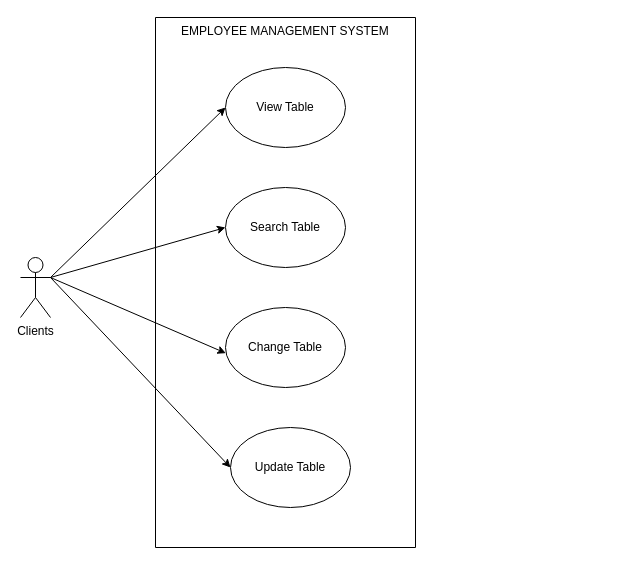
Earlier version of the draw.io diagram Diagram/UseCase.drawio (linnypham/CSC3350_project). Source tidied: cells renumbered, new cells numbered last; positions are measured from the earlier drawing's top-left corner, leaving out a move shared by most shapes. Both pictures are drawn from the tidied source at 100%, with x=0, y=0 at pixel (20, 17).
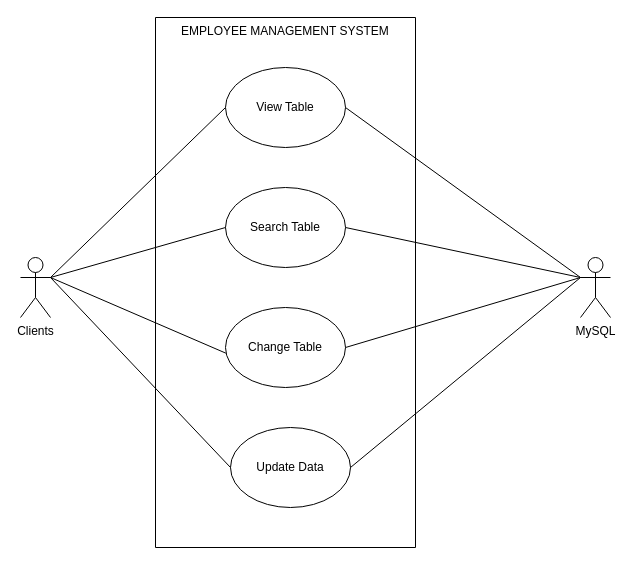
The same diagram, later.

Unchanged cells that the change refers to:
```xml
<mxCell id="2" value="Clients" style="shape=umlActor;verticalLabelPosition=bottom;verticalAlign=top;html=1;outlineConnect=0;" parent="1" vertex="1">
  <mxGeometry y="240" width="30" height="60" as="geometry" />
</mxCell>
<mxCell id="3" style="swimlane;startSize=0;" parent="1" vertex="1">
  <mxGeometry x="135" width="260" height="530" as="geometry" />
</mxCell>
<mxCell id="5" value="View Table" style="ellipse;whiteSpace=wrap;html=1;" parent="3" vertex="1">
  <mxGeometry x="70" y="50" width="120" height="80" as="geometry" />
</mxCell>
<mxCell id="6" value="Search Table" style="ellipse;whiteSpace=wrap;html=1;" parent="3" vertex="1">
  <mxGeometry x="70" y="170" width="120" height="80" as="geometry" />
</mxCell>
<mxCell id="7" value="Change Table" style="ellipse;whiteSpace=wrap;html=1;" parent="3" vertex="1">
  <mxGeometry x="70" y="290" width="120" height="80" as="geometry" />
</mxCell>
```

Diff of the diagram source:
```diff
@@
-    <mxCell id="8" value="Update Table" style="ellipse;whiteSpace=wrap;html=1;" parent="3" vertex="1">
+    <mxCell id="8" value="Update Data" style="ellipse;whiteSpace=wrap;html=1;" parent="3" vertex="1">
       <mxGeometry x="75" y="410" width="120" height="80" as="geometry" />
     </mxCell>
-    <mxCell id="9" style="endArrow=classic;html=1;rounded=0;exitX=1;exitY=0.3333333333333333;exitDx=0;exitDy=0;exitPerimeter=0;entryX=0;entryY=0.5;entryDx=0;entryDy=0;" parent="1" edge="1" source="2" target="5">
+    <mxCell id="9" style="endArrow=none;html=1;rounded=0;exitX=1;exitY=0.3333333333333333;exitDx=0;exitDy=0;exitPerimeter=0;entryX=0;entryY=0.5;entryDx=0;entryDy=0;endFill=0;" parent="1" edge="1" source="2" target="5">
       <mxGeometry relative="1" as="geometry" />
     </mxCell>
-    <mxCell id="10" style="endArrow=classic;html=1;rounded=0;entryX=0;entryY=0.5;entryDx=0;entryDy=0;" parent="1" edge="1" target="6">
+    <mxCell id="10" style="endArrow=none;html=1;rounded=0;entryX=0;entryY=0.5;entryDx=0;entryDy=0;endFill=0;" parent="1" edge="1" target="6">
       <mxGeometry relative="1" as="geometry">
         <mxPoint x="30" y="260" as="sourcePoint" />
       </mxGeometry>
     </mxCell>
-    <mxCell id="11" style="endArrow=classic;html=1;rounded=0;entryX=0.003;entryY=0.571;entryDx=0;entryDy=0;exitX=1;exitY=0.3333333333333333;exitDx=0;exitDy=0;exitPerimeter=0;entryPerimeter=0;" parent="1" edge="1" source="2" target="7">
+    <mxCell id="11" style="endArrow=none;html=1;rounded=0;entryX=0.003;entryY=0.571;entryDx=0;entryDy=0;exitX=1;exitY=0.3333333333333333;exitDx=0;exitDy=0;exitPerimeter=0;entryPerimeter=0;endFill=0;" parent="1" edge="1" source="2" target="7">
       <mxGeometry relative="1" as="geometry" />
     </mxCell>
-    <mxCell id="12" style="endArrow=classic;html=1;rounded=0;entryX=0;entryY=0.5;entryDx=0;entryDy=0;" parent="1" edge="1" target="8">
+    <mxCell id="12" style="endArrow=none;html=1;rounded=0;entryX=0;entryY=0.5;entryDx=0;entryDy=0;endFill=0;" parent="1" edge="1" target="8">
       <mxGeometry relative="1" as="geometry">
         <mxPoint x="30" y="260" as="sourcePoint" />
       </mxGeometry>
     </mxCell>
+    <mxCell id="13" value="MySQL" style="shape=umlActor;verticalLabelPosition=bottom;verticalAlign=top;html=1;outlineConnect=0;" parent="1" vertex="1">
+      <mxGeometry x="560" y="240" width="30" height="60" as="geometry" />
+    </mxCell>
+    <mxCell id="14" style="endArrow=none;html=1;rounded=0;exitX=0;exitY=0.3333333333333333;exitDx=0;exitDy=0;exitPerimeter=0;entryX=1;entryY=0.5;entryDx=0;entryDy=0;endFill=0;" parent="1" edge="1" source="13" target="5">
+      <mxGeometry relative="1" as="geometry" />
+    </mxCell>
+    <mxCell id="15" style="endArrow=none;html=1;rounded=0;exitX=0;exitY=0.3333333333333333;exitDx=0;exitDy=0;exitPerimeter=0;entryX=1;entryY=0.5;entryDx=0;entryDy=0;endFill=0;" parent="1" edge="1" source="13" target="6">
+      <mxGeometry relative="1" as="geometry" />
+    </mxCell>
+    <mxCell id="16" style="endArrow=none;html=1;rounded=0;entryX=1;entryY=0.5;entryDx=0;entryDy=0;endFill=0;" parent="1" edge="1" target="7">
+      <mxGeometry relative="1" as="geometry">
+        <mxPoint x="560" y="260" as="sourcePoint" />
+      </mxGeometry>
+    </mxCell>
+    <mxCell id="17" style="endArrow=none;html=1;rounded=0;entryX=1;entryY=0.5;entryDx=0;entryDy=0;endFill=0;" parent="1" edge="1" target="8">
+      <mxGeometry relative="1" as="geometry">
+        <mxPoint x="560" y="260" as="sourcePoint" />
+      </mxGeometry>
+    </mxCell>
```
